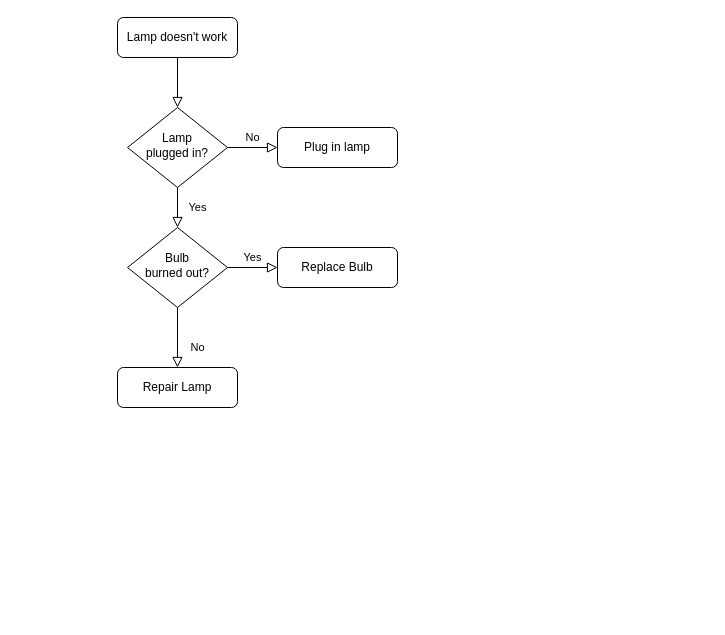
This is CLM-ph2/CLM-ph2.drawio from ahmed82/daigrams, a draw.io file, before an edit. Source tidied: cells renumbered, new cells numbered last; positions are measured from the earlier drawing's top-left corner, leaving out a move shared by most shapes. Both pictures are drawn from the tidied source at 100%, with x=0, y=0 at pixel (117, 17).
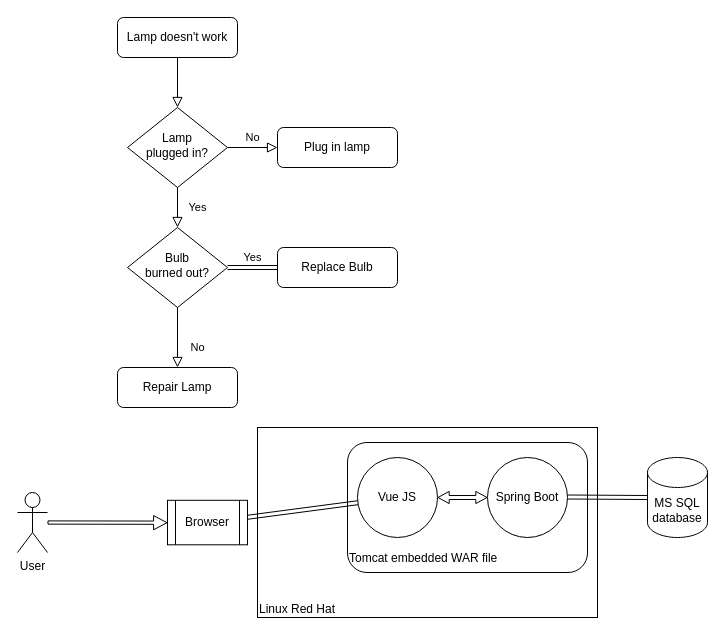
After the change.

The change refers to these unchanged cells:
```xml
<mxCell id="10" value="Bulb&lt;br&gt;burned out?" style="rhombus;whiteSpace=wrap;html=1;shadow=0;fontFamily=Helvetica;fontSize=12;align=center;strokeWidth=1;spacing=6;spacingTop=-4;" parent="1" vertex="1">
  <mxGeometry x="10" y="210" width="100" height="80" as="geometry" />
</mxCell>
<mxCell id="12" value="Replace Bulb" style="rounded=1;whiteSpace=wrap;html=1;fontSize=12;glass=0;strokeWidth=1;shadow=0;" parent="1" vertex="1">
  <mxGeometry x="160" y="230" width="120" height="40" as="geometry" />
</mxCell>
```

Change to the diagram source:
```diff
@@
+    <mxCell id="13" value="&lt;br&gt;&lt;br&gt;&lt;br&gt;&lt;br&gt;&lt;br&gt;&lt;br&gt;&lt;br&gt;&lt;br&gt;&lt;br&gt;&lt;br&gt;&lt;br&gt;&lt;br&gt;Linux Red Hat" style="rounded=0;whiteSpace=wrap;html=1;align=left;" parent="1" vertex="1">
+      <mxGeometry x="140" y="410" width="340" height="190" as="geometry" />
+    </mxCell>
+    <mxCell id="14" value="&lt;br&gt;&lt;br&gt;&lt;br&gt;&lt;br&gt;&lt;br&gt;&lt;br&gt;&lt;br&gt;Tomcat embedded WAR file" style="rounded=1;whiteSpace=wrap;html=1;align=left;" parent="1" vertex="1">
+      <mxGeometry x="230" y="425" width="240" height="130" as="geometry" />
+    </mxCell>
@@
-    <mxCell id="9" value="Yes" style="edgeStyle=orthogonalEdgeStyle;rounded=0;html=1;jettySize=auto;fontSize=11;endArrow=block;endFill=0;endSize=8;strokeWidth=1;shadow=0;labelBackgroundColor=none;" parent="1" edge="1" source="10" target="12">
+    <mxCell id="9" value="Yes" style="edgeStyle=orthogonalEdgeStyle;rounded=0;html=1;jettySize=auto;fontSize=11;endArrow=block;endFill=0;endSize=8;strokeWidth=1;shadow=0;labelBackgroundColor=none;shape=link;" parent="1" edge="1" source="10" target="12">
       <mxGeometry y="10" relative="1" as="geometry" />
     </mxCell>
@@
+    <mxCell id="15" value="Spring Boot" style="ellipse;whiteSpace=wrap;html=1;" parent="1" vertex="1">
+      <mxGeometry x="370" y="440" width="80" height="80" as="geometry" />
+    </mxCell>
+    <mxCell id="16" value="&lt;span&gt;Vue JS&lt;/span&gt;" style="ellipse;whiteSpace=wrap;html=1;align=center;" parent="1" vertex="1">
+      <mxGeometry x="240" y="440" width="80" height="80" as="geometry" />
+    </mxCell>
+    <mxCell id="17" style="shape=flexArrow;endArrow=classic;startArrow=classic;html=1;rounded=0;exitX=1;exitY=0.5;exitDx=0;exitDy=0;width=4;endSize=3.4;endWidth=7.2;startWidth=7.2;startSize=3.4;" parent="1" edge="1" source="16" target="15">
+      <mxGeometry relative="1" as="geometry" />
+    </mxCell>
+    <mxCell id="18" value="User" style="shape=umlActor;verticalLabelPosition=bottom;verticalAlign=top;html=1;outlineConnect=0;" parent="1" vertex="1">
+      <mxGeometry x="-100" y="475" width="30" height="60" as="geometry" />
+    </mxCell>
+    <mxCell id="19" style="shape=flexArrow;endArrow=classic;html=1;rounded=0;endWidth=10;endSize=4.132558139534884;width=3.255813953488372;" parent="1" edge="1" source="18" target="23">
+      <mxGeometry relative="1" as="geometry">
+        <Array as="points">
+          <mxPoint x="50" y="505.2" />
+        </Array>
+      </mxGeometry>
+    </mxCell>
+    <mxCell id="20" style="endArrow=classic;html=1;rounded=0;shape=link;" parent="1" edge="1">
+      <mxGeometry relative="1" as="geometry">
+        <mxPoint x="450" y="479.5" as="sourcePoint" />
+        <mxPoint x="530" y="480" as="targetPoint" />
+      </mxGeometry>
+    </mxCell>
+    <mxCell id="21" value="MS SQL database" style="shape=cylinder3;whiteSpace=wrap;html=1;boundedLbl=1;backgroundOutline=1;size=15;align=center;" parent="1" vertex="1">
+      <mxGeometry x="530" y="440" width="60" height="80" as="geometry" />
+    </mxCell>
+    <mxCell id="22" style="edgeStyle=none;shape=link;rounded=0;jettySize=auto;html=1;" parent="1" edge="1" source="23" target="16">
+      <mxGeometry relative="1" as="geometry" />
+    </mxCell>
+    <mxCell id="23" value="Browser" style="shape=process;whiteSpace=wrap;html=1;backgroundOutline=1;align=center;" parent="1" vertex="1">
+      <mxGeometry x="50" y="482.8" width="80" height="44.5" as="geometry" />
+    </mxCell>
```
